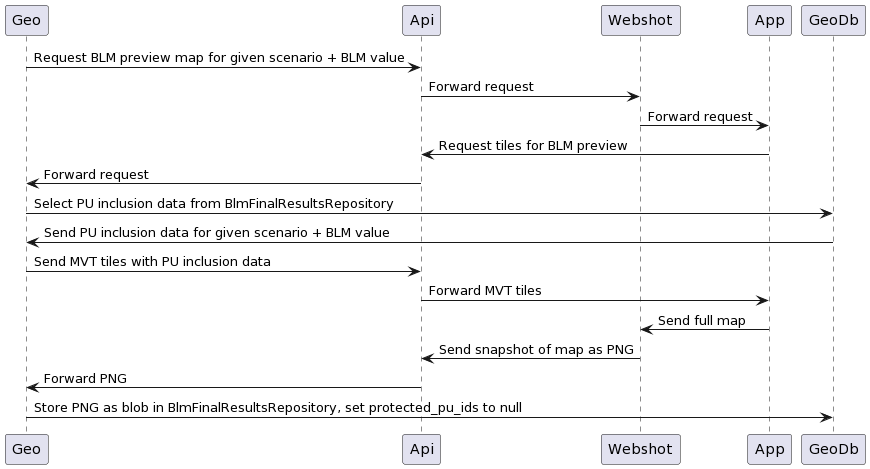
Earlier version of the PlantUML export docs/features/boundary-length-modifier/blm-calibration-preview-maps/blm-preview-maps_uml-flow.png (Vizzuality/marxan-cloud).
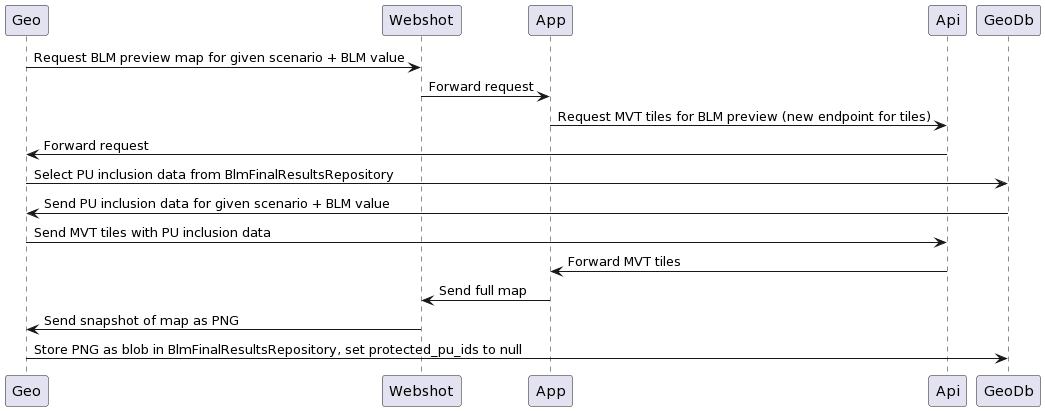
Above is the later version.

Commit message:
update rendered diagram

What changed in the source:
```diff
@@ -1,15 +1,13 @@
 @startuml
-Geo -> Api: Request BLM preview map for given scenario + BLM value
-Api -> Webshot: Forward request
+Geo -> Webshot: Request BLM preview map for given scenario + BLM value
 Webshot -> App: Forward request
-App -> Api: Request tiles for BLM preview
+App -> Api: Request MVT tiles for BLM preview (new endpoint for tiles)
 Api -> Geo: Forward request
 Geo -> GeoDb: Select PU inclusion data from BlmFinalResultsRepository
 GeoDb -> Geo: Send PU inclusion data for given scenario + BLM value
 Geo -> Api: Send MVT tiles with PU inclusion data
 Api -> App: Forward MVT tiles
 App -> Webshot: Send full map
-Webshot -> Api: Send snapshot of map as PNG
-Api -> Geo: Forward PNG
+Webshot -> Geo: Send snapshot of map as PNG
 Geo -> GeoDb: Store PNG as blob in BlmFinalResultsRepository, set protected_pu_ids to null
 @enduml
```
